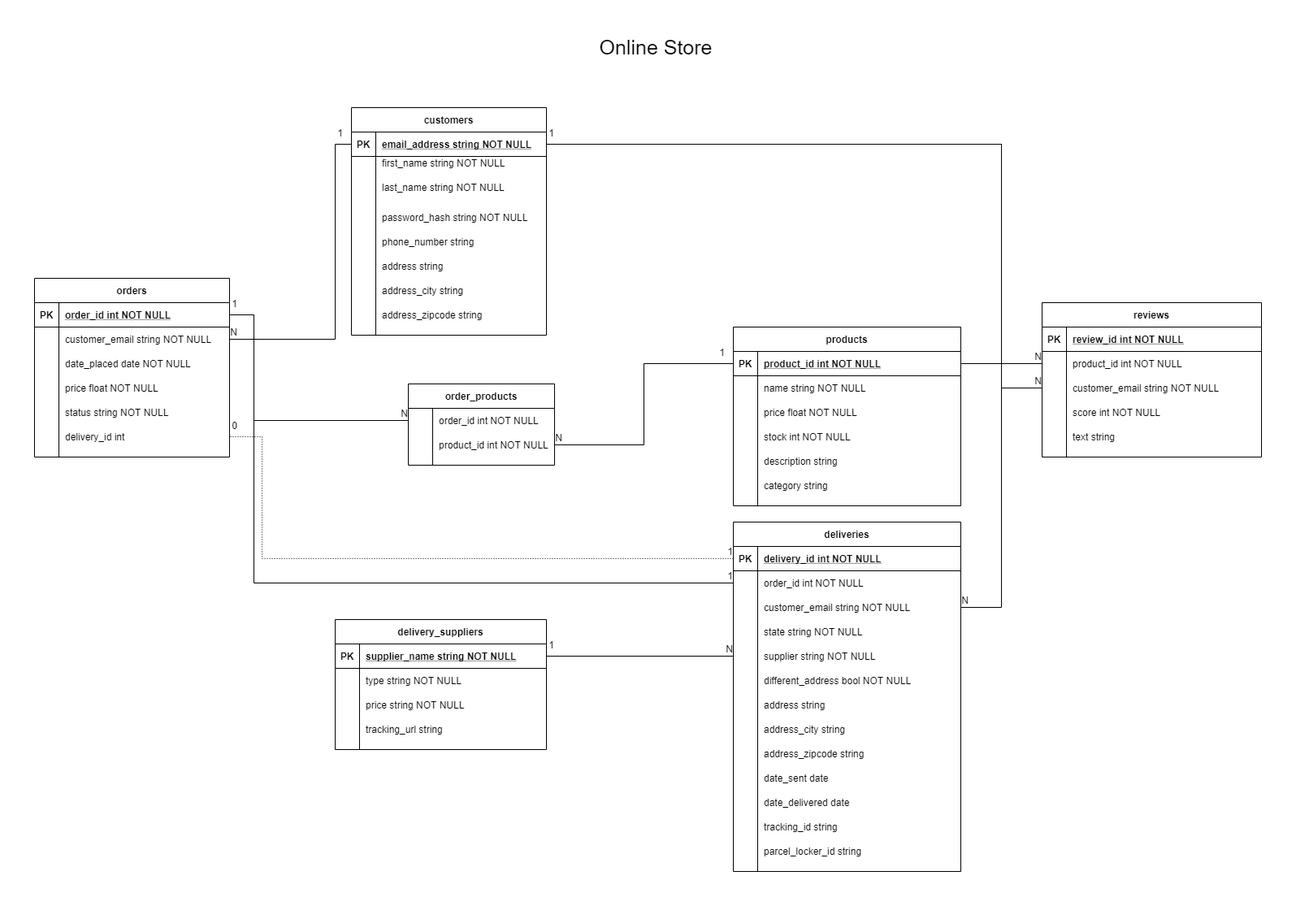
This is erd.png from kacpwoja/EDABA, a draw.io export, as it was before one commit. Source tidied: cells renumbered, new cells last; positions are measured from the earlier drawing's top-left corner, leaving out a move shared by most shapes.
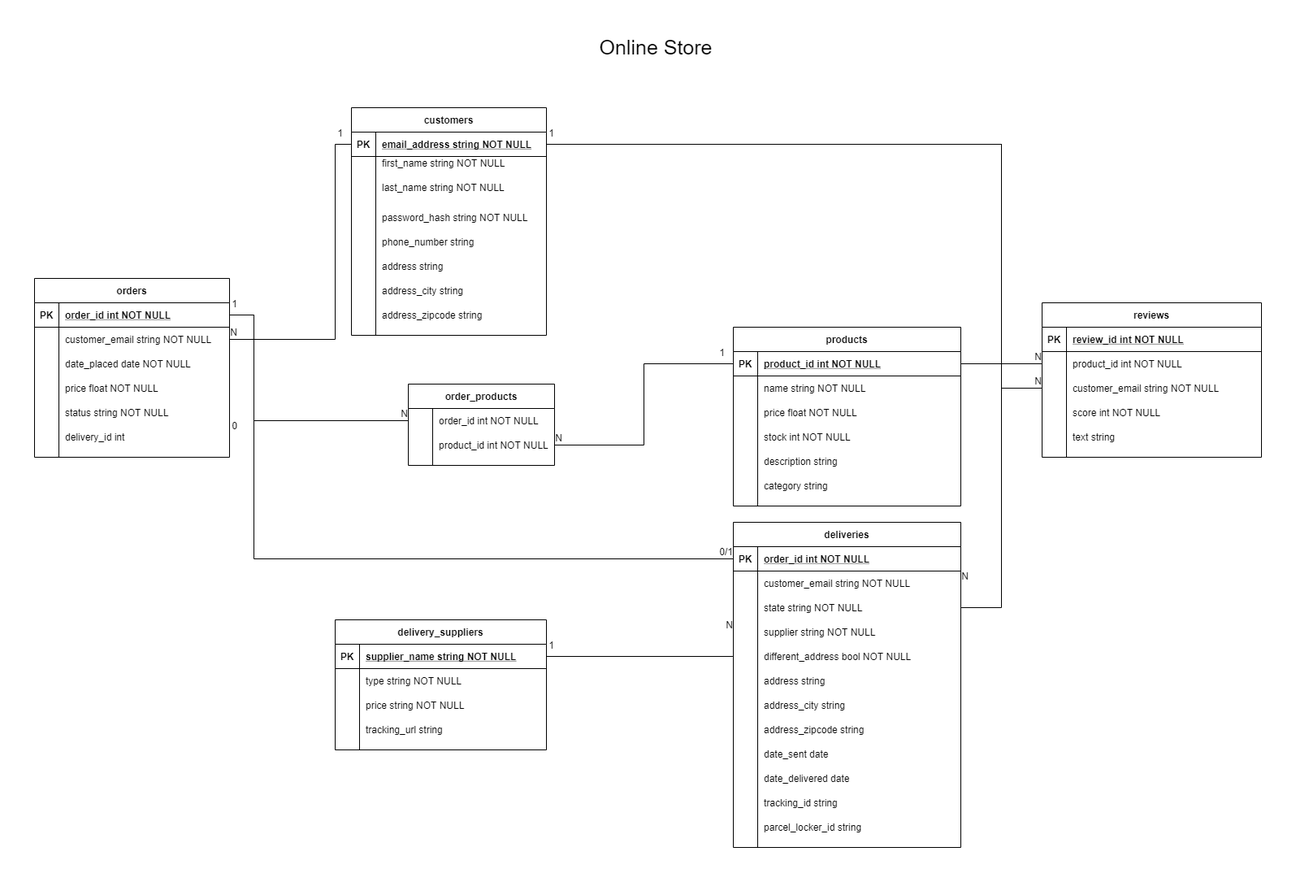
The same file after the commit.

What changed in the source:
```diff
@@ -192,7 +192,7 @@
       <mxGeometry x="30" width="210" height="30" as="geometry" />
     </mxCell>
     <mxCell id="65" value="deliveries" style="shape=table;startSize=30;rowLines=0;fontStyle=1;align=center;" parent="1" vertex="1">
-      <mxGeometry x="860" y="600" width="280" height="430" as="geometry" />
+      <mxGeometry x="860" y="600" width="280" height="400" as="geometry" />
     </mxCell>
     <mxCell id="66" style="shape=partialRectangle;fillColor=none;top=0;left=0;bottom=1;right=0;points=[[0,0.5],[1,0.5]];portConstraint=eastwest;" parent="65" vertex="1">
       <mxGeometry y="30" width="280" height="30" as="geometry" />
@@ -200,20 +200,11 @@
     <mxCell id="67" value="PK" style="shape=partialRectangle;fillColor=none;top=0;left=0;bottom=0;right=0;fontStyle=1;overflow=hidden;" parent="66" vertex="1">
       <mxGeometry width="30" height="30" as="geometry" />
     </mxCell>
-    <mxCell id="68" value="delivery_id int NOT NULL" style="shape=partialRectangle;fillColor=none;top=0;left=0;bottom=0;right=0;align=left;spacingLeft=6;fontStyle=5;overflow=hidden;" parent="66" vertex="1">
+    <mxCell id="68" value="order_id int NOT NULL" style="shape=partialRectangle;fillColor=none;top=0;left=0;bottom=0;right=0;align=left;spacingLeft=6;fontStyle=5;overflow=hidden;" parent="66" vertex="1">
       <mxGeometry x="30" width="250" height="30" as="geometry" />
     </mxCell>
-    <mxCell id="69" style="shape=partialRectangle;fillColor=none;top=0;left=0;bottom=0;right=0;points=[[0,0.5],[1,0.5]];portConstraint=eastwest;" parent="65" vertex="1">
-      <mxGeometry y="60" width="280" height="30" as="geometry" />
-    </mxCell>
-    <mxCell id="70" style="shape=partialRectangle;fillColor=none;top=0;left=0;bottom=0;right=0;overflow=hidden;" parent="69" vertex="1">
-      <mxGeometry width="30" height="30" as="geometry" />
-    </mxCell>
-    <mxCell id="71" value="order_id int NOT NULL" style="shape=partialRectangle;fillColor=none;top=0;left=0;bottom=0;right=0;align=left;spacingLeft=6;overflow=hidden;" parent="69" vertex="1">
-      <mxGeometry x="30" width="250" height="30" as="geometry" />
-    </mxCell>
     <mxCell id="72" style="shape=partialRectangle;fillColor=none;top=0;left=0;bottom=0;right=0;points=[[0,0.5],[1,0.5]];portConstraint=eastwest;" parent="65" vertex="1">
-      <mxGeometry y="90" width="280" height="30" as="geometry" />
+      <mxGeometry y="60" width="280" height="30" as="geometry" />
     </mxCell>
     <mxCell id="73" style="shape=partialRectangle;fillColor=none;top=0;left=0;bottom=0;right=0;overflow=hidden;" parent="72" vertex="1">
       <mxGeometry width="30" height="30" as="geometry" />
@@ -222,7 +213,7 @@
       <mxGeometry x="30" width="250" height="30" as="geometry" />
     </mxCell>
     <mxCell id="75" style="shape=partialRectangle;fillColor=none;top=0;left=0;bottom=0;right=0;" parent="65" vertex="1">
-      <mxGeometry y="120" width="280" height="30" as="geometry" />
+      <mxGeometry y="90" width="280" height="30" as="geometry" />
     </mxCell>
     <mxCell id="76" style="shape=partialRectangle;fillColor=none;top=0;left=0;bottom=0;right=0;overflow=hidden;" parent="75" vertex="1">
       <mxGeometry width="30" height="30" as="geometry" />
@@ -231,7 +222,7 @@
       <mxGeometry x="30" width="250" height="30" as="geometry" />
     </mxCell>
     <mxCell id="78" style="shape=partialRectangle;fillColor=none;top=0;left=0;bottom=0;right=0;points=[[0,0.5],[1,0.5]];portConstraint=eastwest;" parent="65" vertex="1">
-      <mxGeometry y="150" width="280" height="30" as="geometry" />
+      <mxGeometry y="120" width="280" height="30" as="geometry" />
     </mxCell>
     <mxCell id="79" style="shape=partialRectangle;fillColor=none;top=0;left=0;bottom=0;right=0;overflow=hidden;" parent="78" vertex="1">
       <mxGeometry width="30" height="30" as="geometry" />
@@ -240,7 +231,7 @@
       <mxGeometry x="30" width="250" height="30" as="geometry" />
     </mxCell>
     <mxCell id="81" style="shape=partialRectangle;fillColor=none;top=0;left=0;bottom=0;right=0;" parent="65" vertex="1">
-      <mxGeometry y="180" width="280" height="30" as="geometry" />
+      <mxGeometry y="150" width="280" height="30" as="geometry" />
     </mxCell>
     <mxCell id="82" style="shape=partialRectangle;fillColor=none;top=0;left=0;bottom=0;right=0;overflow=hidden;" parent="81" vertex="1">
       <mxGeometry width="30" height="30" as="geometry" />
@@ -249,7 +240,7 @@
       <mxGeometry x="30" width="250" height="30" as="geometry" />
     </mxCell>
     <mxCell id="84" style="shape=partialRectangle;fillColor=none;top=0;left=0;bottom=0;right=0;" parent="65" vertex="1">
-      <mxGeometry y="210" width="280" height="30" as="geometry" />
+      <mxGeometry y="180" width="280" height="30" as="geometry" />
     </mxCell>
     <mxCell id="85" style="shape=partialRectangle;fillColor=none;top=0;left=0;bottom=0;right=0;overflow=hidden;" parent="84" vertex="1">
       <mxGeometry width="30" height="30" as="geometry" />
@@ -258,7 +249,7 @@
       <mxGeometry x="30" width="250" height="30" as="geometry" />
     </mxCell>
     <mxCell id="87" style="shape=partialRectangle;fillColor=none;top=0;left=0;bottom=0;right=0;" parent="65" vertex="1">
-      <mxGeometry y="240" width="280" height="30" as="geometry" />
+      <mxGeometry y="210" width="280" height="30" as="geometry" />
     </mxCell>
     <mxCell id="88" style="shape=partialRectangle;fillColor=none;top=0;left=0;bottom=0;right=0;overflow=hidden;" parent="87" vertex="1">
       <mxGeometry width="30" height="30" as="geometry" />
@@ -267,7 +258,7 @@
       <mxGeometry x="30" width="250" height="30" as="geometry" />
     </mxCell>
     <mxCell id="90" style="shape=partialRectangle;fillColor=none;top=0;left=0;bottom=0;right=0;" parent="65" vertex="1">
-      <mxGeometry y="270" width="280" height="30" as="geometry" />
+      <mxGeometry y="240" width="280" height="30" as="geometry" />
     </mxCell>
     <mxCell id="91" style="shape=partialRectangle;fillColor=none;top=0;left=0;bottom=0;right=0;overflow=hidden;" parent="90" vertex="1">
       <mxGeometry width="30" height="30" as="geometry" />
@@ -276,7 +267,7 @@
       <mxGeometry x="30" width="250" height="30" as="geometry" />
     </mxCell>
     <mxCell id="93" style="shape=partialRectangle;fillColor=none;top=0;left=0;bottom=0;right=0;" parent="65" vertex="1">
-      <mxGeometry y="300" width="280" height="30" as="geometry" />
+      <mxGeometry y="270" width="280" height="30" as="geometry" />
     </mxCell>
     <mxCell id="94" style="shape=partialRectangle;fillColor=none;top=0;left=0;bottom=0;right=0;overflow=hidden;" parent="93" vertex="1">
       <mxGeometry width="30" height="30" as="geometry" />
@@ -285,7 +276,7 @@
       <mxGeometry x="30" width="250" height="30" as="geometry" />
     </mxCell>
     <mxCell id="96" style="shape=partialRectangle;fillColor=none;top=0;left=0;bottom=0;right=0;" parent="65" vertex="1">
-      <mxGeometry y="330" width="280" height="30" as="geometry" />
+      <mxGeometry y="300" width="280" height="30" as="geometry" />
     </mxCell>
     <mxCell id="97" style="shape=partialRectangle;fillColor=none;top=0;left=0;bottom=0;right=0;overflow=hidden;" parent="96" vertex="1">
       <mxGeometry width="30" height="30" as="geometry" />
@@ -294,7 +285,7 @@
       <mxGeometry x="30" width="250" height="30" as="geometry" />
     </mxCell>
     <mxCell id="99" style="shape=partialRectangle;fillColor=none;top=0;left=0;bottom=0;right=0;" parent="65" vertex="1">
-      <mxGeometry y="360" width="280" height="30" as="geometry" />
+      <mxGeometry y="330" width="280" height="30" as="geometry" />
     </mxCell>
     <mxCell id="100" style="shape=partialRectangle;fillColor=none;top=0;left=0;bottom=0;right=0;overflow=hidden;" parent="99" vertex="1">
       <mxGeometry width="30" height="30" as="geometry" />
@@ -303,7 +294,7 @@
       <mxGeometry x="30" width="250" height="30" as="geometry" />
     </mxCell>
     <mxCell id="102" style="shape=partialRectangle;fillColor=none;top=0;left=0;bottom=0;right=0;" parent="65" vertex="1">
-      <mxGeometry y="390" width="280" height="30" as="geometry" />
+      <mxGeometry y="360" width="280" height="30" as="geometry" />
     </mxCell>
     <mxCell id="103" style="shape=partialRectangle;fillColor=none;top=0;left=0;bottom=0;right=0;overflow=hidden;" parent="102" vertex="1">
       <mxGeometry width="30" height="30" as="geometry" />
@@ -311,28 +302,15 @@
     <mxCell id="104" value="parcel_locker_id string" style="shape=partialRectangle;fillColor=none;top=0;left=0;bottom=0;right=0;align=left;spacingLeft=6;overflow=hidden;" parent="102" vertex="1">
       <mxGeometry x="30" width="250" height="30" as="geometry" />
     </mxCell>
-    <mxCell id="105" style="endArrow=none;html=1;rounded=0;dashed=1;dashPattern=1 2;exitX=0;exitY=0.5;exitDx=0;exitDy=0;edgeStyle=orthogonalEdgeStyle;entryX=1;entryY=0.5;entryDx=0;entryDy=0;" parent="1" edge="1" source="66" target="62">
-      <mxGeometry relative="1" as="geometry">
-        <Array as="points">
-          <mxPoint x="280" y="645" />
-          <mxPoint x="280" y="495" />
-        </Array>
-      </mxGeometry>
-    </mxCell>
-    <mxCell id="106" value="1" style="html=1;align=right;verticalAlign=bottom;" parent="105" vertex="1">
-      <mxGeometry x="1" relative="1" as="geometry">
-        <mxPoint x="620" y="150" as="offset" />
-      </mxGeometry>
-    </mxCell>
-    <mxCell id="107" style="endArrow=none;html=1;rounded=0;exitX=1;exitY=0.5;exitDx=0;exitDy=0;entryX=0;entryY=0.5;entryDx=0;entryDy=0;edgeStyle=orthogonalEdgeStyle;" parent="1" edge="1" source="47" target="69">
+    <mxCell id="107" style="endArrow=none;html=1;rounded=0;exitX=1;exitY=0.5;exitDx=0;exitDy=0;entryX=0;entryY=0.5;entryDx=0;entryDy=0;edgeStyle=orthogonalEdgeStyle;" parent="1" edge="1" source="47" target="66">
       <mxGeometry relative="1" as="geometry">
         <Array as="points">
           <mxPoint x="270" y="345" />
-          <mxPoint x="270" y="675" />
+          <mxPoint x="270" y="645" />
         </Array>
       </mxGeometry>
     </mxCell>
-    <mxCell id="108" value="1" style="html=1;align=right;verticalAlign=bottom;" parent="107" vertex="1">
+    <mxCell id="108" value="0/1" style="html=1;align=right;verticalAlign=bottom;" parent="107" vertex="1">
       <mxGeometry x="1" relative="1" as="geometry" />
     </mxCell>
     <mxCell id="109" style="endArrow=none;html=1;rounded=0;exitX=1;exitY=0.5;exitDx=0;exitDy=0;entryX=1;entryY=0.5;entryDx=0;entryDy=0;edgeStyle=orthogonalEdgeStyle;" parent="1" edge="1" source="3" target="72">
```
